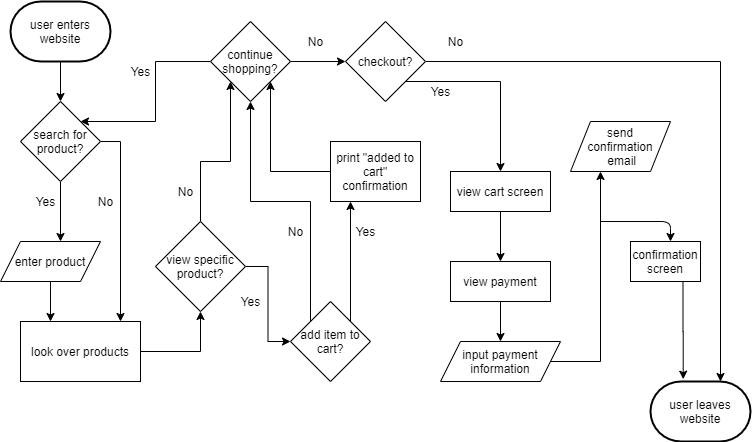
kyeling/wi21-cse110-lab4 keeps this draw.io diagram as part2/part2.drawio.png. Above is the earlier version. Source tidied: cells renumbered, new cells last; positions are measured from the earlier drawing's top-left corner, leaving out a move shared by most shapes.
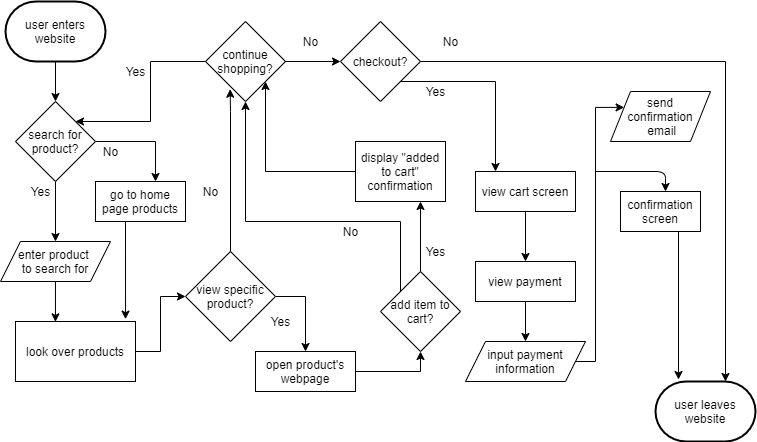
Later version of the same file.

Commit message:
added two steps to the flowchart

Diff of the diagram source:
```diff
@@ -9,34 +9,32 @@
       <mxGeometry x="10" width="100" height="60" as="geometry" />
     </mxCell>
     <mxCell id="4" value="user leaves website" style="strokeWidth=2;html=1;shape=mxgraph.flowchart.terminator;whiteSpace=wrap;" parent="1" vertex="1">
-      <mxGeometry x="650" y="380" width="100" height="60" as="geometry" />
+      <mxGeometry x="660" y="380" width="100" height="60" as="geometry" />
     </mxCell>
-    <mxCell id="5" style="edgeStyle=orthogonalEdgeStyle;rounded=0;jettySize=auto;html=1;exitX=0.5;exitY=1;exitDx=0;exitDy=0;fontFamily=Helvetica;" parent="1" edge="1" source="7">
-      <mxGeometry relative="1" as="geometry">
-        <mxPoint x="60" y="240" as="targetPoint" />
-      </mxGeometry>
-    </mxCell>
-    <mxCell id="6" style="edgeStyle=orthogonalEdgeStyle;rounded=0;jettySize=auto;html=1;exitX=1;exitY=0.5;exitDx=0;exitDy=0;fontFamily=Helvetica;" parent="1" edge="1" source="7">
+    <mxCell id="6" style="edgeStyle=orthogonalEdgeStyle;rounded=0;jettySize=auto;html=1;exitX=1;exitY=0.5;exitDx=0;exitDy=0;fontFamily=Helvetica;" parent="1" edge="1" source="7" target="49">
       <mxGeometry relative="1" as="geometry">
-        <mxPoint x="120" y="320" as="targetPoint" />
+        <Array as="points">
+          <mxPoint x="160" y="140" />
+        </Array>
       </mxGeometry>
     </mxCell>
+    <mxCell id="46" style="edgeStyle=orthogonalEdgeStyle;rounded=0;jettySize=auto;html=1;entryX=0.5;entryY=0;entryDx=0;entryDy=0;fontFamily=Helvetica;" parent="1" edge="1" source="7" target="11">
+      <mxGeometry relative="1" as="geometry" />
+    </mxCell>
     <mxCell id="7" value="search for product?" style="rhombus;whiteSpace=wrap;html=1;" parent="1" vertex="1">
       <mxGeometry x="20" y="100" width="80" height="80" as="geometry" />
     </mxCell>
     <mxCell id="8" value="Yes" style="text;html=1;align=center;verticalAlign=middle;fillColor=none;strokeColor=none;rounded=0;fontFamily=Helvetica;" parent="1" vertex="1">
-      <mxGeometry x="30" y="190" width="30" height="20" as="geometry" />
+      <mxGeometry x="30" y="180" width="30" height="20" as="geometry" />
     </mxCell>
     <mxCell id="9" value="No" style="text;html=1;align=center;verticalAlign=middle;fillColor=none;strokeColor=none;rounded=0;fontFamily=Helvetica;" parent="1" vertex="1">
-      <mxGeometry x="90" y="190" width="30" height="20" as="geometry" />
+      <mxGeometry x="100" y="140" width="30" height="20" as="geometry" />
     </mxCell>
-    <mxCell id="10" style="edgeStyle=orthogonalEdgeStyle;rounded=0;jettySize=auto;html=1;exitX=0.5;exitY=1;exitDx=0;exitDy=0;fontFamily=Helvetica;" parent="1" edge="1" source="11">
-      <mxGeometry relative="1" as="geometry">
-        <mxPoint x="50" y="320" as="targetPoint" />
-      </mxGeometry>
-    </mxCell>
+    <mxCell id="47" style="edgeStyle=orthogonalEdgeStyle;rounded=0;jettySize=auto;html=1;entryX=0.333;entryY=0.006;entryDx=0;entryDy=0;entryPerimeter=0;fontFamily=Helvetica;" parent="1" edge="1" source="11" target="13">
+      <mxGeometry relative="1" as="geometry" />
+    </mxCell>
-    <mxCell id="11" value="enter product" style="shape=parallelogram;perimeter=parallelogramPerimeter;whiteSpace=wrap;html=1;fixedSize=1;fontFamily=Helvetica;" parent="1" vertex="1">
-      <mxGeometry y="240" width="100" height="40" as="geometry" />
+    <mxCell id="11" value="enter product &lt;br&gt;to search for" style="shape=parallelogram;perimeter=parallelogramPerimeter;whiteSpace=wrap;html=1;fixedSize=1;fontFamily=Helvetica;" parent="1" vertex="1">
+      <mxGeometry x="5" y="240" width="110" height="40" as="geometry" />
     </mxCell>
     <mxCell id="12" style="edgeStyle=orthogonalEdgeStyle;rounded=0;jettySize=auto;html=1;fontFamily=Helvetica;" parent="1" edge="1" source="13" target="16">
       <mxGeometry relative="1" as="geometry" />
@@ -44,21 +42,26 @@
     <mxCell id="13" value="look over products" style="rounded=0;whiteSpace=wrap;html=1;fontFamily=Helvetica;" parent="1" vertex="1">
       <mxGeometry x="20" y="320" width="120" height="60" as="geometry" />
     </mxCell>
-    <mxCell id="14" style="edgeStyle=orthogonalEdgeStyle;rounded=0;jettySize=auto;html=1;exitX=1;exitY=0.5;exitDx=0;exitDy=0;fontFamily=Helvetica;" parent="1" edge="1" source="16" target="28">
+    <mxCell id="14" style="edgeStyle=orthogonalEdgeStyle;rounded=0;jettySize=auto;html=1;exitX=1;exitY=0.5;exitDx=0;exitDy=0;fontFamily=Helvetica;entryX=0.5;entryY=0;entryDx=0;entryDy=0;" parent="1" edge="1" source="16" target="51">
       <mxGeometry relative="1" as="geometry" />
     </mxCell>
-    <mxCell id="15" style="edgeStyle=orthogonalEdgeStyle;rounded=0;jettySize=auto;html=1;entryX=0;entryY=1;entryDx=0;entryDy=0;fontFamily=Helvetica;" parent="1" edge="1" source="16" target="19">
-      <mxGeometry relative="1" as="geometry" />
+    <mxCell id="15" style="edgeStyle=orthogonalEdgeStyle;rounded=0;jettySize=auto;html=1;entryX=0.308;entryY=0.846;entryDx=0;entryDy=0;entryPerimeter=0;fontFamily=Helvetica;" parent="1" edge="1" source="16" target="19">
+      <mxGeometry relative="1" as="geometry">
+        <Array as="points">
+          <mxPoint x="235" y="110" />
+          <mxPoint x="235" y="110" />
+        </Array>
+      </mxGeometry>
     </mxCell>
     <mxCell id="16" value="view specific product?" style="rhombus;whiteSpace=wrap;html=1;" parent="1" vertex="1">
-      <mxGeometry x="155" y="220" width="90" height="90" as="geometry" />
+      <mxGeometry x="190" y="250" width="90" height="90" as="geometry" />
     </mxCell>
     <mxCell id="17" style="edgeStyle=orthogonalEdgeStyle;rounded=0;jettySize=auto;html=1;exitX=1;exitY=0.5;exitDx=0;exitDy=0;fontFamily=Helvetica;" parent="1" edge="1" source="24">
       <mxGeometry relative="1" as="geometry">
-        <mxPoint x="720" y="380" as="targetPoint" />
+        <mxPoint x="730" y="380" as="targetPoint" />
         <Array as="points">
-          <mxPoint x="720" y="60" />
-          <mxPoint x="720" y="380" />
+          <mxPoint x="730" y="60" />
+          <mxPoint x="730" y="380" />
         </Array>
       </mxGeometry>
     </mxCell>
@@ -69,7 +72,7 @@
       <mxGeometry x="210" y="20" width="80" height="80" as="geometry" />
     </mxCell>
     <mxCell id="20" value="No" style="text;html=1;align=center;verticalAlign=middle;fillColor=none;strokeColor=none;rounded=0;fontFamily=Helvetica;" parent="1" vertex="1">
-      <mxGeometry x="170" y="180" width="30" height="20" as="geometry" />
+      <mxGeometry x="200" y="180" width="30" height="20" as="geometry" />
     </mxCell>
     <mxCell id="21" value="No" style="text;html=1;align=center;verticalAlign=middle;fillColor=none;strokeColor=none;rounded=0;fontFamily=Helvetica;" parent="1" vertex="1">
       <mxGeometry x="300" y="30" width="30" height="20" as="geometry" />
@@ -89,30 +92,35 @@
       <mxGeometry relative="1" as="geometry" />
     </mxCell>
     <mxCell id="26" style="edgeStyle=orthogonalEdgeStyle;rounded=0;jettySize=auto;html=1;fontFamily=Helvetica;exitX=0;exitY=0;exitDx=0;exitDy=0;" parent="1" edge="1" source="28" target="19">
-      <mxGeometry relative="1" as="geometry" />
+      <mxGeometry relative="1" as="geometry">
+        <Array as="points">
+          <mxPoint x="405" y="220" />
+          <mxPoint x="250" y="220" />
+        </Array>
+      </mxGeometry>
     </mxCell>
-    <mxCell id="27" style="edgeStyle=orthogonalEdgeStyle;rounded=0;jettySize=auto;html=1;exitX=1;exitY=0;exitDx=0;exitDy=0;fontFamily=Helvetica;" parent="1" edge="1" source="28">
+    <mxCell id="27" style="edgeStyle=orthogonalEdgeStyle;rounded=0;jettySize=auto;html=1;exitX=0.5;exitY=0;exitDx=0;exitDy=0;fontFamily=Helvetica;" parent="1" edge="1" source="28">
       <mxGeometry relative="1" as="geometry">
-        <mxPoint x="350" y="200" as="targetPoint" />
+        <mxPoint x="425" y="200" as="targetPoint" />
       </mxGeometry>
     </mxCell>
     <mxCell id="28" value="add item to cart?" style="rhombus;whiteSpace=wrap;html=1;" parent="1" vertex="1">
-      <mxGeometry x="290" y="300" width="80" height="80" as="geometry" />
+      <mxGeometry x="385" y="270" width="80" height="80" as="geometry" />
     </mxCell>
     <mxCell id="29" value="Yes" style="text;html=1;align=center;verticalAlign=middle;fillColor=none;strokeColor=none;rounded=0;fontFamily=Helvetica;" parent="1" vertex="1">
-      <mxGeometry x="235" y="290" width="30" height="20" as="geometry" />
+      <mxGeometry x="270" y="310" width="30" height="20" as="geometry" />
     </mxCell>
     <mxCell id="30" value="No" style="text;html=1;align=center;verticalAlign=middle;fillColor=none;strokeColor=none;rounded=0;fontFamily=Helvetica;" parent="1" vertex="1">
-      <mxGeometry x="280" y="220" width="30" height="20" as="geometry" />
+      <mxGeometry x="340" y="220" width="30" height="20" as="geometry" />
     </mxCell>
     <mxCell id="31" value="Yes" style="text;html=1;align=center;verticalAlign=middle;fillColor=none;strokeColor=none;rounded=0;fontFamily=Helvetica;" parent="1" vertex="1">
-      <mxGeometry x="350" y="220" width="30" height="20" as="geometry" />
+      <mxGeometry x="425" y="240" width="30" height="20" as="geometry" />
     </mxCell>
     <mxCell id="32" style="edgeStyle=orthogonalEdgeStyle;rounded=0;jettySize=auto;html=1;entryX=1;entryY=1;entryDx=0;entryDy=0;fontFamily=Helvetica;" parent="1" edge="1" source="33" target="19">
       <mxGeometry relative="1" as="geometry" />
     </mxCell>
-    <mxCell id="33" value="print &quot;added to cart&quot; confirmation" style="rounded=0;whiteSpace=wrap;html=1;fontFamily=Helvetica;" parent="1" vertex="1">
-      <mxGeometry x="330" y="140" width="90" height="60" as="geometry" />
+    <mxCell id="33" value="display &quot;added to cart&quot; confirmation" style="rounded=0;whiteSpace=wrap;html=1;fontFamily=Helvetica;" parent="1" vertex="1">
+      <mxGeometry x="360" y="140" width="90" height="60" as="geometry" />
     </mxCell>
     <mxCell id="34" value="No" style="text;html=1;align=center;verticalAlign=middle;fillColor=none;strokeColor=none;rounded=0;fontFamily=Helvetica;" parent="1" vertex="1">
       <mxGeometry x="440" y="30" width="30" height="20" as="geometry" />
@@ -124,42 +132,63 @@
       <mxGeometry relative="1" as="geometry" />
     </mxCell>
     <mxCell id="37" value="view cart screen" style="rounded=0;whiteSpace=wrap;html=1;fontFamily=Helvetica;" parent="1" vertex="1">
-      <mxGeometry x="450" y="170" width="100" height="40" as="geometry" />
+      <mxGeometry x="480" y="170" width="100" height="40" as="geometry" />
     </mxCell>
     <mxCell id="38" style="edgeStyle=orthogonalEdgeStyle;rounded=0;jettySize=auto;html=1;exitX=0.5;exitY=1;exitDx=0;exitDy=0;fontFamily=Helvetica;" parent="1" edge="1" source="39" target="41">
       <mxGeometry relative="1" as="geometry" />
     </mxCell>
     <mxCell id="39" value="view payment" style="rounded=0;whiteSpace=wrap;html=1;fontFamily=Helvetica;" parent="1" vertex="1">
-      <mxGeometry x="450" y="260" width="100" height="40" as="geometry" />
+      <mxGeometry x="480" y="260" width="100" height="40" as="geometry" />
     </mxCell>
-    <mxCell id="40" style="edgeStyle=orthogonalEdgeStyle;rounded=0;jettySize=auto;html=1;exitX=1;exitY=0.5;exitDx=0;exitDy=0;fontFamily=Helvetica;" parent="1" edge="1" source="41">
+    <mxCell id="40" style="edgeStyle=orthogonalEdgeStyle;rounded=0;jettySize=auto;html=1;exitX=1;exitY=0.5;exitDx=0;exitDy=0;fontFamily=Helvetica;entryX=0;entryY=0.25;entryDx=0;entryDy=0;" parent="1" edge="1" source="41" target="42">
       <mxGeometry relative="1" as="geometry">
-        <mxPoint x="600" y="170" as="targetPoint" />
         <Array as="points">
           <mxPoint x="600" y="360" />
+          <mxPoint x="600" y="106" />
         </Array>
       </mxGeometry>
     </mxCell>
     <mxCell id="41" value="input payment information" style="shape=parallelogram;perimeter=parallelogramPerimeter;whiteSpace=wrap;html=1;fixedSize=1;" parent="1" vertex="1">
-      <mxGeometry x="440" y="340" width="120" height="40" as="geometry" />
+      <mxGeometry x="470" y="340" width="120" height="40" as="geometry" />
     </mxCell>
     <mxCell id="42" value="send&lt;br&gt;confirmation&lt;br&gt;&amp;nbsp;email" style="shape=parallelogram;perimeter=parallelogramPerimeter;whiteSpace=wrap;html=1;fixedSize=1;fontFamily=Helvetica;" parent="1" vertex="1">
-      <mxGeometry x="570" y="120" width="100" height="50" as="geometry" />
+      <mxGeometry x="615" y="90" width="100" height="50" as="geometry" />
     </mxCell>
     <mxCell id="43" style="endArrow=classic;html=1;fontFamily=Helvetica;" parent="1" edge="1">
       <mxGeometry relative="1" as="geometry">
-        <mxPoint x="600" y="220" as="sourcePoint" />
-        <mxPoint x="670" y="240" as="targetPoint" />
+        <mxPoint x="600" y="170" as="sourcePoint" />
+        <mxPoint x="670" y="190" as="targetPoint" />
         <Array as="points">
-          <mxPoint x="670" y="220" />
+          <mxPoint x="670" y="170" />
         </Array>
       </mxGeometry>
     </mxCell>
-    <mxCell id="44" style="edgeStyle=orthogonalEdgeStyle;rounded=0;jettySize=auto;html=1;exitX=0.75;exitY=1;exitDx=0;exitDy=0;entryX=0.327;entryY=-0.039;entryDx=0;entryDy=0;entryPerimeter=0;fontFamily=Helvetica;" parent="1" edge="1" source="45" target="4">
-      <mxGeometry relative="1" as="geometry" />
+    <mxCell id="44" style="edgeStyle=orthogonalEdgeStyle;rounded=0;jettySize=auto;html=1;exitX=0.75;exitY=1;exitDx=0;exitDy=0;fontFamily=Helvetica;" parent="1" edge="1" source="45">
+      <mxGeometry relative="1" as="geometry">
+        <mxPoint x="683" y="378" as="targetPoint" />
+        <Array as="points">
+          <mxPoint x="683" y="230" />
+        </Array>
+      </mxGeometry>
     </mxCell>
     <mxCell id="45" value="confirmation screen" style="rounded=0;whiteSpace=wrap;html=1;fontFamily=Helvetica;" parent="1" vertex="1">
-      <mxGeometry x="630" y="240" width="70" height="40" as="geometry" />
+      <mxGeometry x="625" y="190" width="80" height="40" as="geometry" />
     </mxCell>
+    <mxCell id="48" style="edgeStyle=orthogonalEdgeStyle;rounded=0;jettySize=auto;html=1;exitX=0.25;exitY=1;exitDx=0;exitDy=0;entryX=0.917;entryY=-0.039;entryDx=0;entryDy=0;entryPerimeter=0;fontFamily=Helvetica;" parent="1" edge="1" source="49" target="13">
+      <mxGeometry relative="1" as="geometry">
+        <Array as="points">
+          <mxPoint x="130" y="220" />
+        </Array>
+      </mxGeometry>
+    </mxCell>
+    <mxCell id="49" value="go to home page products" style="rounded=0;whiteSpace=wrap;html=1;" parent="1" vertex="1">
+      <mxGeometry x="100" y="180" width="90" height="40" as="geometry" />
+    </mxCell>
+    <mxCell id="50" style="edgeStyle=orthogonalEdgeStyle;rounded=0;jettySize=auto;html=1;entryX=0.5;entryY=1;entryDx=0;entryDy=0;fontFamily=Helvetica;" parent="1" edge="1" source="51" target="28">
+      <mxGeometry relative="1" as="geometry" />
+    </mxCell>
+    <mxCell id="51" value="open product's webpage" style="rounded=0;whiteSpace=wrap;html=1;fontFamily=Helvetica;" parent="1" vertex="1">
+      <mxGeometry x="260" y="350" width="100" height="40" as="geometry" />
+    </mxCell>
   </root>
 </mxGraphModel>
```
